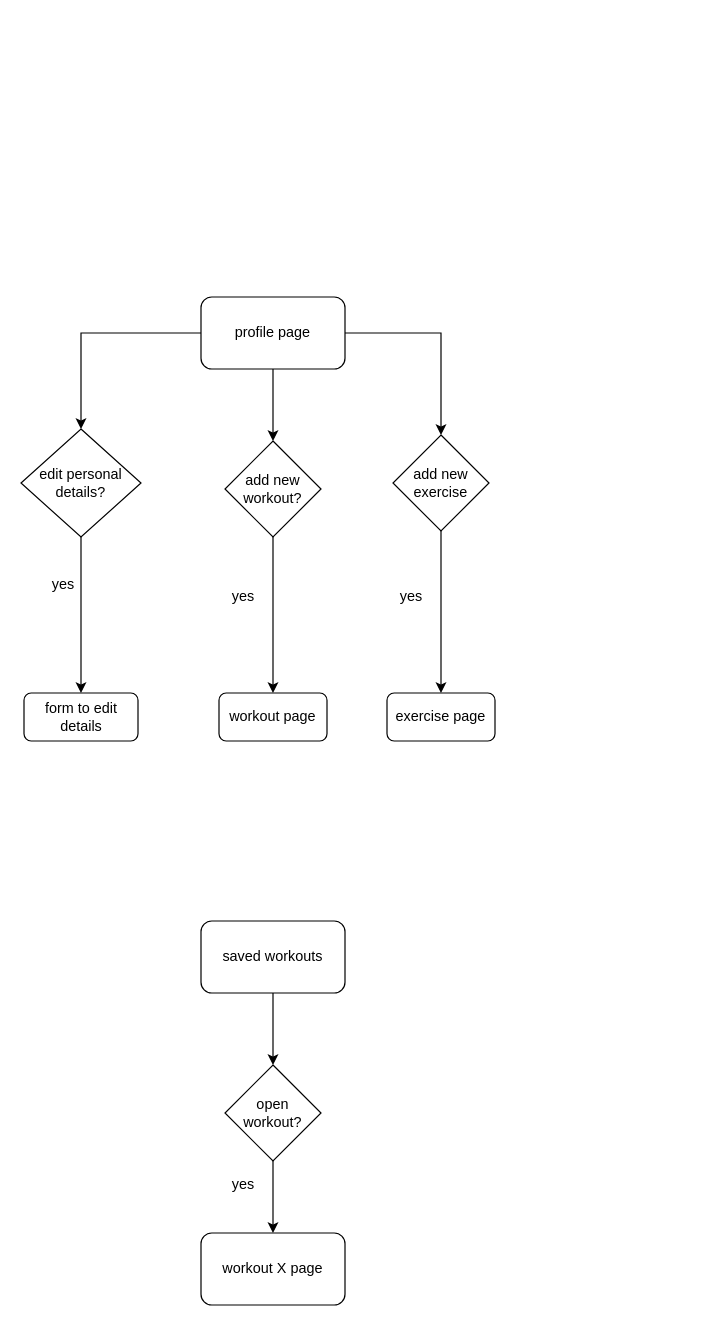
ktderosier/ReactWorkoutApp keeps this draw.io diagram as page "profile page" (2 of 6) of Untitled Diagram.drawio. Above is the earlier version. Source tidied: cells renumbered, new cells numbered last; positions are measured from the earlier drawing's top-left corner, leaving out a move shared by most shapes. Both pictures are drawn from the tidied source at 120%, with x=0, y=0 at pixel (20, 296).
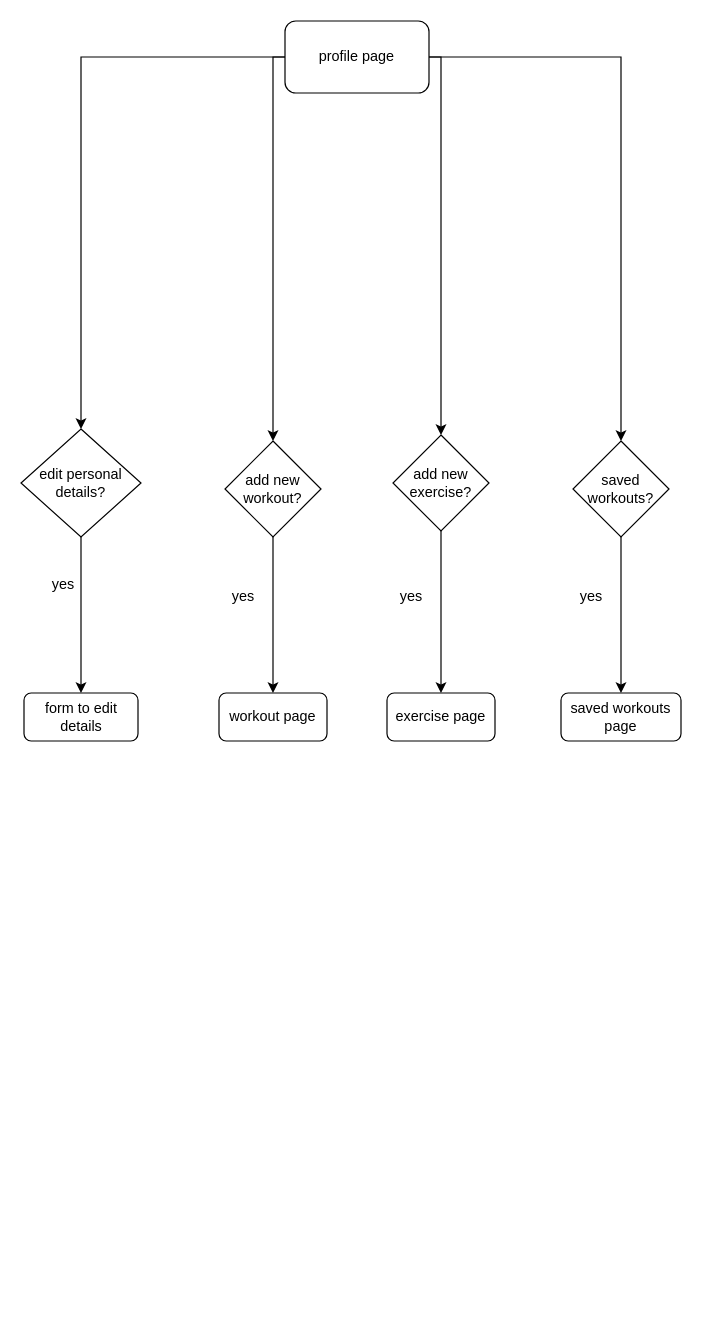
The same diagram, later.

The change refers to these unchanged cells:
```xml
<mxCell id="11" value="add new workout?" style="rhombus;whiteSpace=wrap;html=1;" parent="1" vertex="1">
  <mxGeometry x="170" y="120" width="80" height="80" as="geometry" />
</mxCell>
```

The edit, as a diff of the source:
```diff
@@
+    <mxCell id="24" style="edgeStyle=orthogonalEdgeStyle;rounded=0;jettySize=auto;html=1;" parent="1" edge="1" source="26" target="25">
+      <mxGeometry relative="1" as="geometry" />
+    </mxCell>
     <mxCell id="3" style="edgeStyle=orthogonalEdgeStyle;rounded=0;jettySize=auto;html=1;" parent="1" edge="1" source="5" target="11">
-      <mxGeometry relative="1" as="geometry" />
+      <mxGeometry relative="1" as="geometry">
+        <Array as="points">
+          <mxPoint x="210" y="-200" />
+        </Array>
+      </mxGeometry>
     </mxCell>
-    <mxCell id="4" style="edgeStyle=orthogonalEdgeStyle;rounded=0;jettySize=auto;html=1;exitX=1;exitY=0.5;exitDx=0;exitDy=0;" parent="1" edge="1" source="5" target="15">
-      <mxGeometry relative="1" as="geometry" />
+    <mxCell id="4" style="edgeStyle=orthogonalEdgeStyle;rounded=0;jettySize=auto;html=1;" parent="1" edge="1" source="5" target="15">
+      <mxGeometry relative="1" as="geometry">
+        <Array as="points">
+          <mxPoint x="350" y="-200" />
+        </Array>
+      </mxGeometry>
     </mxCell>
     <mxCell id="5" value="profile page" style="rounded=1;whiteSpace=wrap;html=1;" parent="1" vertex="1">
-      <mxGeometry x="150" width="120" height="60" as="geometry" />
+      <mxGeometry x="220" y="-230" width="120" height="60" as="geometry" />
     </mxCell>
@@
-    <mxCell id="15" value="add new exercise" style="rhombus;whiteSpace=wrap;html=1;" parent="1" vertex="1">
+    <mxCell id="15" value="add new exercise?" style="rhombus;whiteSpace=wrap;html=1;" parent="1" vertex="1">
       <mxGeometry x="310" y="115" width="80" height="80" as="geometry" />
     </mxCell>
@@
-    <mxCell id="18" style="edgeStyle=orthogonalEdgeStyle;rounded=0;jettySize=auto;html=1;" parent="1" edge="1" source="19" target="21">
-      <mxGeometry relative="1" as="geometry" />
-    </mxCell>
-    <mxCell id="19" value="saved workouts" style="rounded=1;whiteSpace=wrap;html=1;" parent="1" vertex="1">
-      <mxGeometry x="150" y="520" width="120" height="60" as="geometry" />
-    </mxCell>
-    <mxCell id="20" style="edgeStyle=orthogonalEdgeStyle;rounded=0;jettySize=auto;html=1;" parent="1" edge="1" source="21" target="22">
-      <mxGeometry relative="1" as="geometry" />
-    </mxCell>
-    <mxCell id="21" value="open workout?" style="rhombus;whiteSpace=wrap;html=1;" parent="1" vertex="1">
-      <mxGeometry x="170" y="640" width="80" height="80" as="geometry" />
-    </mxCell>
-    <mxCell id="22" value="workout X page" style="rounded=1;whiteSpace=wrap;html=1;" parent="1" vertex="1">
-      <mxGeometry x="150" y="780" width="120" height="60" as="geometry" />
-    </mxCell>
+    <mxCell id="25" value="saved workouts page" style="rounded=1;whiteSpace=wrap;html=1;" parent="1" vertex="1">
+      <mxGeometry x="450" y="330" width="100" height="40" as="geometry" />
+    </mxCell>
+    <mxCell id="26" value="saved workouts?" style="rhombus;whiteSpace=wrap;html=1;" parent="1" vertex="1">
+      <mxGeometry x="460" y="120" width="80" height="80" as="geometry" />
+    </mxCell>
+    <mxCell id="27" style="edgeStyle=orthogonalEdgeStyle;rounded=0;jettySize=auto;html=1;" parent="1" edge="1" source="5" target="26">
+      <mxGeometry relative="1" as="geometry" />
+    </mxCell>
     <mxCell id="23" value="yes" style="text;html=1;align=center;verticalAlign=middle;" parent="1" vertex="1">
-      <mxGeometry x="170" y="730" width="30" height="20" as="geometry" />
+      <mxGeometry x="460" y="240" width="30" height="20" as="geometry" />
     </mxCell>
```
